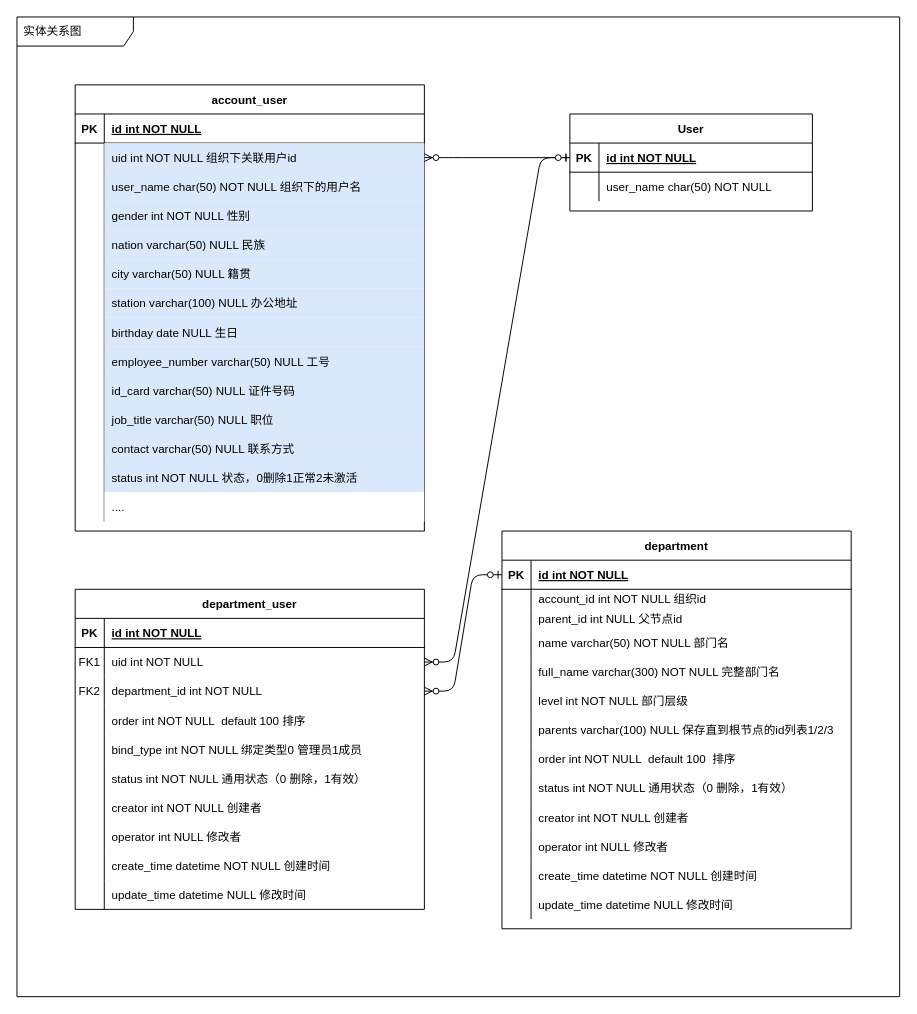
Before: page "部门成员" (1 of 2) of 部门和成员.drawio in MainListActivity/test, a draw.io diagram. Source tidied: cells renumbered, new cells numbered last; positions are measured from the earlier drawing's top-left corner, leaving out a move shared by most shapes. Both pictures are drawn from the tidied source at 97%, with x=0, y=0 at pixel (16, 16).
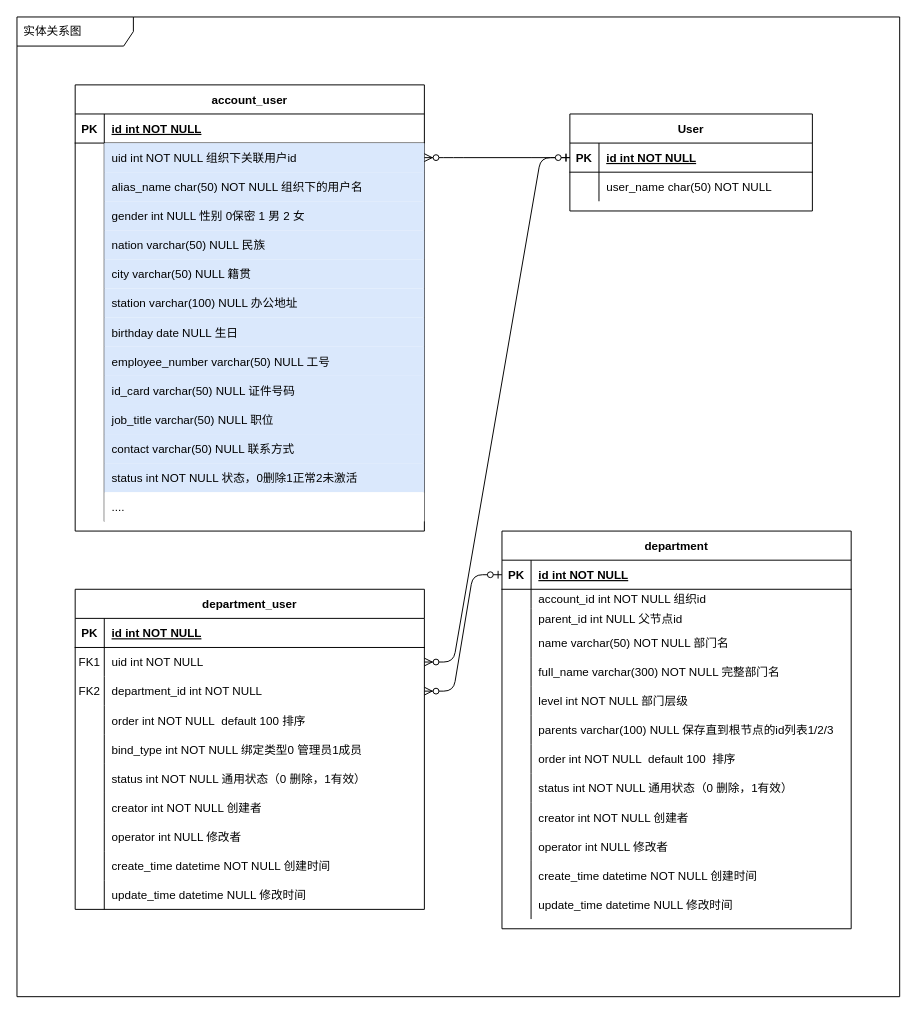
The same page after the edit.

Commit message:
更新部门和成员.drawio

The change refers to these unchanged cells:
```xml
<mxCell id="90" style="shape=partialRectangle;fillColor=none;top=0;left=0;right=0;bottom=0;" parent="83" vertex="1">
  <mxGeometry y="90" width="360" height="30" as="geometry" />
</mxCell>
<mxCell id="93" style="shape=partialRectangle;fillColor=none;top=0;left=0;right=0;bottom=0;" parent="83" vertex="1">
  <mxGeometry y="120" width="360" height="30" as="geometry" />
</mxCell>
```

Diff of the diagram source:
```diff
@@
-    <mxCell id="92" value="user_name char(50) NOT NULL 组织下的用户名" style="shape=partialRectangle;overflow=hidden;fillColor=#dae8fc;top=0;left=0;bottom=0;right=0;align=left;spacingLeft=6;strokeColor=#6c8ebf;" parent="90" vertex="1">
+    <mxCell id="92" value="alias_name char(50) NOT NULL 组织下的用户名" style="shape=partialRectangle;overflow=hidden;fillColor=#dae8fc;top=0;left=0;bottom=0;right=0;align=left;spacingLeft=6;strokeColor=#6c8ebf;" parent="90" vertex="1">
       <mxGeometry x="30" width="330" height="30" as="geometry" />
     </mxCell>
@@
-    <mxCell id="95" value="gender int NOT NULL 性别" style="shape=partialRectangle;overflow=hidden;fillColor=#dae8fc;top=0;left=0;bottom=0;right=0;align=left;spacingLeft=6;strokeColor=#6c8ebf;" parent="93" vertex="1">
+    <mxCell id="95" value="gender int NULL 性别 0保密 1 男 2 女" style="shape=partialRectangle;overflow=hidden;fillColor=#dae8fc;top=0;left=0;bottom=0;right=0;align=left;spacingLeft=6;strokeColor=#6c8ebf;" parent="93" vertex="1">
       <mxGeometry x="30" width="330" height="30" as="geometry" />
     </mxCell>
```
